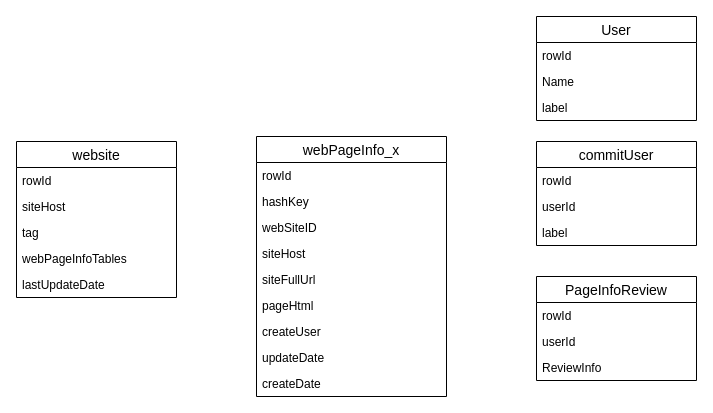
Before: 未命名绘图.drawio in luobintianya/atracker, a draw.io diagram. Source tidied: cells renumbered, new cells numbered last; positions are measured from the earlier drawing's top-left corner, leaving out a move shared by most shapes. Both pictures are drawn from the tidied source at 100%, with x=0, y=0 at pixel (16, 16).
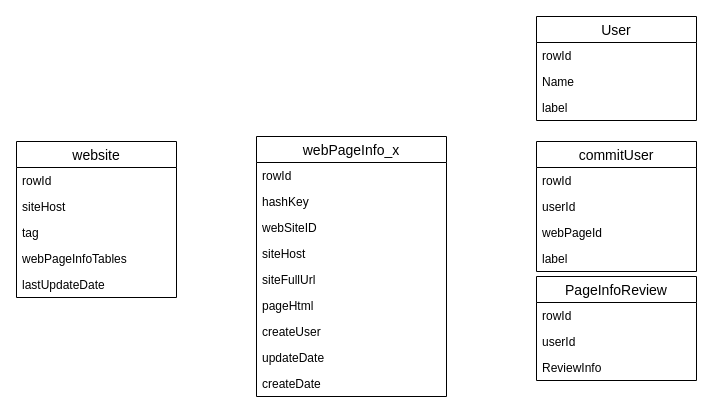
The same page after the edit.

Commit message:
更新未命名绘图.drawio

Diff of the diagram source:
```diff
@@
     <mxCell id="22" value="commitUser" style="swimlane;fontStyle=0;horizontal=1;startSize=26;align=center;fontSize=14;" parent="1" vertex="1">
-      <mxGeometry x="520" y="125" width="160" height="104" as="geometry" />
+      <mxGeometry x="520" y="125" width="160" height="130" as="geometry" />
     </mxCell>
@@
+    <mxCell id="30" value="webPageId" style="text;strokeColor=none;fillColor=none;spacingLeft=4;spacingRight=4;overflow=hidden;fontSize=12;" parent="22" vertex="1">
+      <mxGeometry y="78" width="160" height="26" as="geometry" />
+    </mxCell>
     <mxCell id="25" value="label" style="text;strokeColor=none;fillColor=none;spacingLeft=4;spacingRight=4;overflow=hidden;fontSize=12;" parent="22" vertex="1">
-      <mxGeometry y="78" width="160" height="26" as="geometry" />
+      <mxGeometry y="104" width="160" height="26" as="geometry" />
     </mxCell>
```
